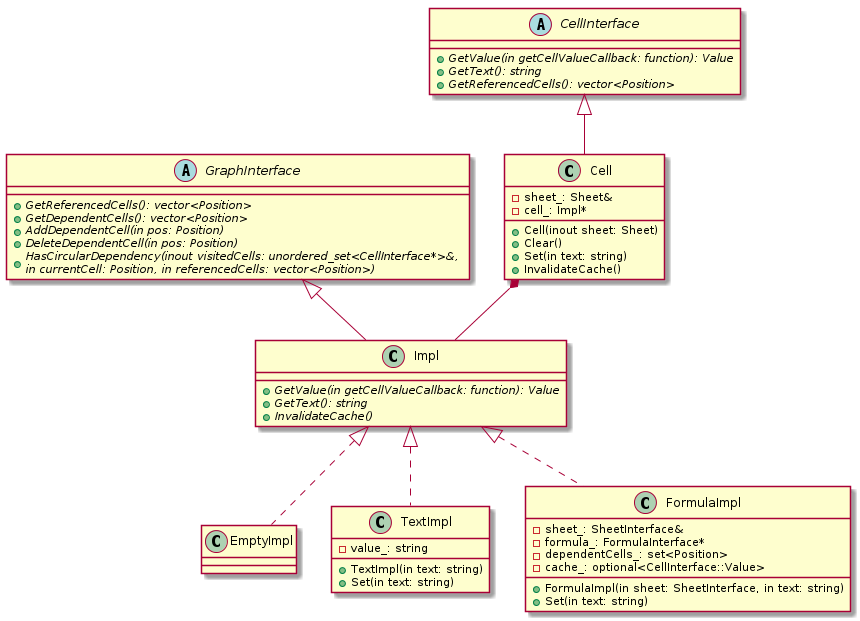
The PlantUML diagram uml/png/cell.png in kazarynau/YandexPraktikumFinal, before a commit.
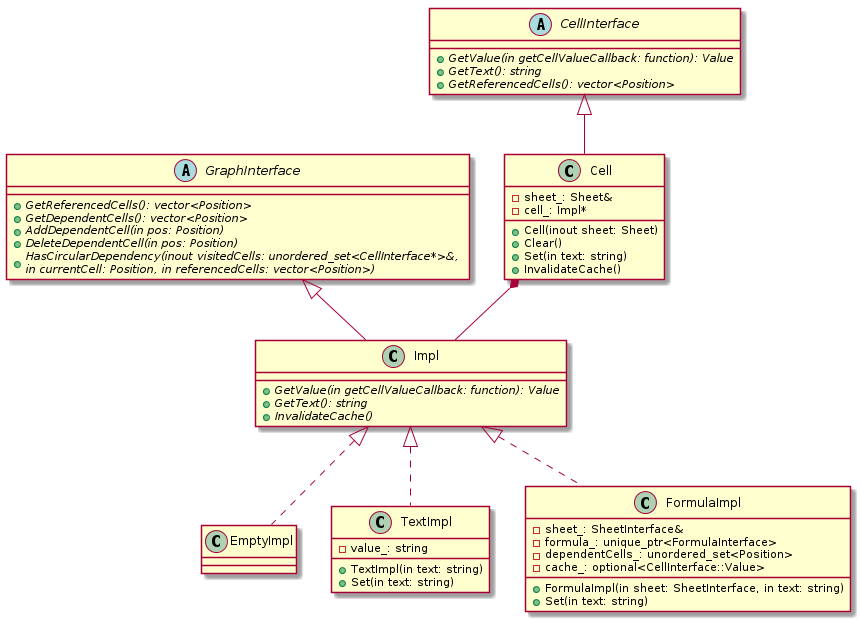
Above is the later version.

Diff of the diagram source:
```diff
@@ -28,9 +28,10 @@
 class FormulaImpl {
     +FormulaImpl(in sheet: SheetInterface, in text: string)
     +Set(in text: string)
+
     -sheet_: SheetInterface&
-    -formula_: FormulaInterface*
-    -dependentCells_: set<Position>
+    -formula_: unique_ptr<FormulaInterface>
+    -dependentCells_: unordered_set<Position>
     -cache_: optional<CellInterface::Value>
 }
 
```
